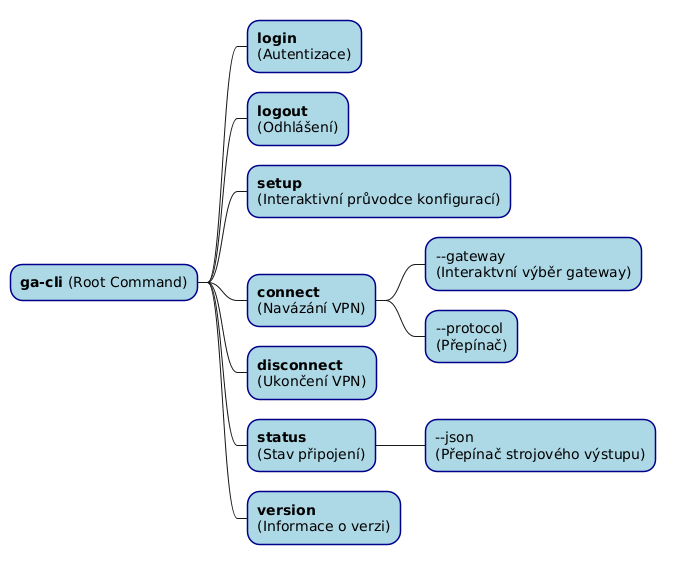
Above: thesis/images/command-tree.png in ValdemarPospisil/Bachelors (PlantUML), before the change.
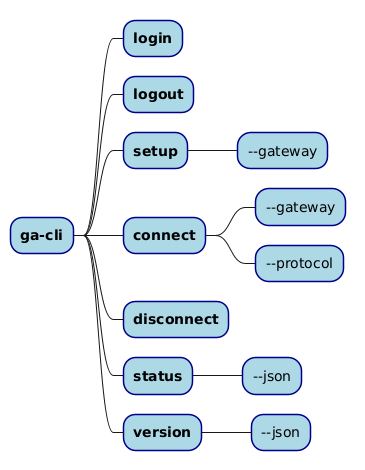
After the change.

Diff of the diagram source:
```diff
@@ -6,15 +6,17 @@
     Padding 10
 }
 
-+ **ga-cli** (Root Command)
-++ **login**\n(Autentizace)
-++ **logout**\n(Odhlášení)
-++ **setup**\n(Interaktivní průvodce konfigurací)
-++ **connect**\n(Navázání VPN)
-+++ --gateway\n(Interaktvní výběr gateway)
-+++ --protocol\n(Přepínač)
-++ **disconnect**\n(Ukončení VPN)
-++ **status**\n(Stav připojení)
-+++ --json\n(Přepínač strojového výstupu)
-++ **version**\n(Informace o verzi)
++ **ga-cli**
+++ **login**
+++ **logout**
+++ **setup**
++++ --gateway
+++ **connect**
++++ --gateway
++++ --protocol
+++ **disconnect**
+++ **status**
++++ --json
+++ **version**
++++ --json
 @endmindmap
```
